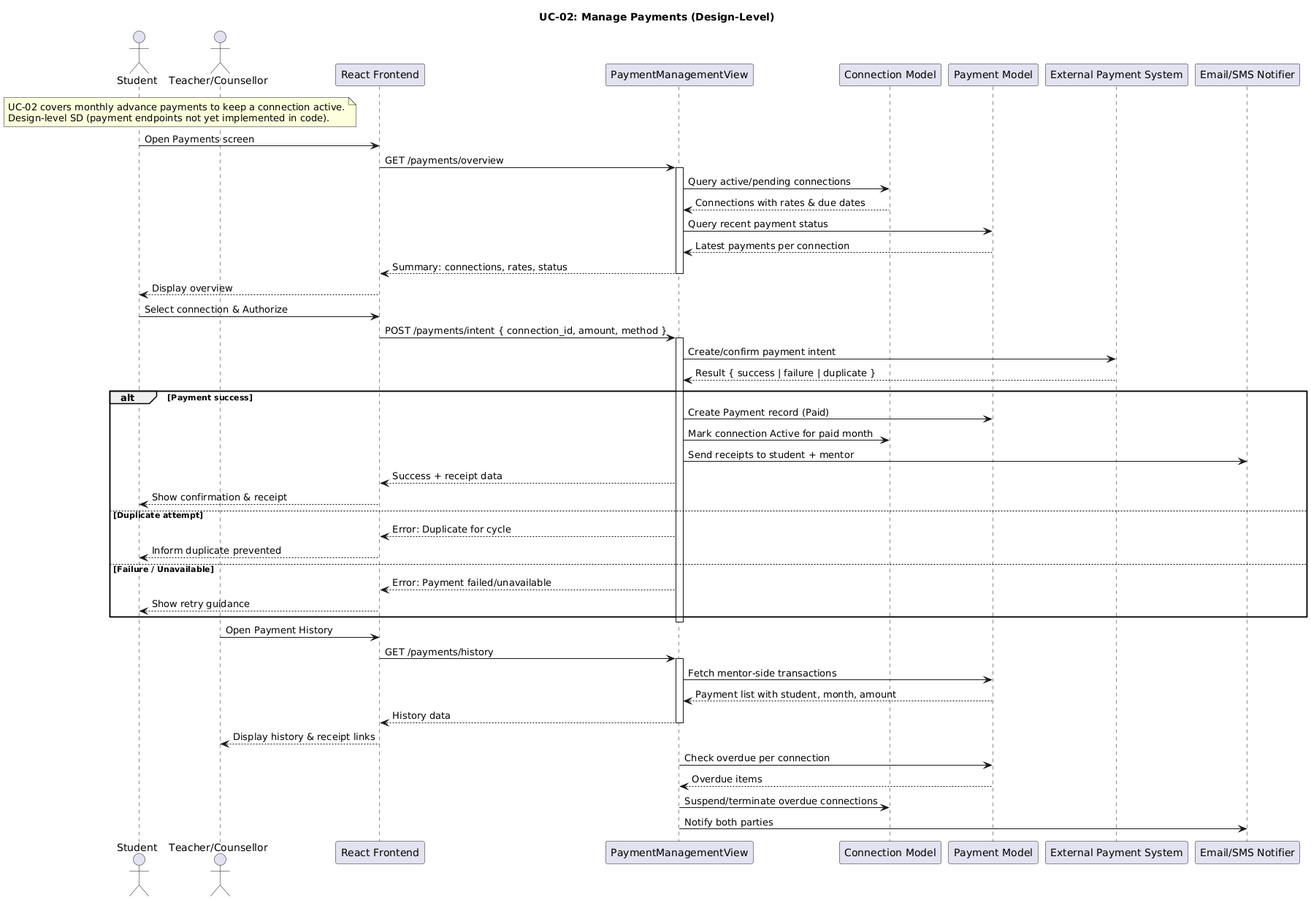
MMMustafakamran/SDs keeps this PlantUML diagram as planttext/us2-v1.png. Above is the earlier version.
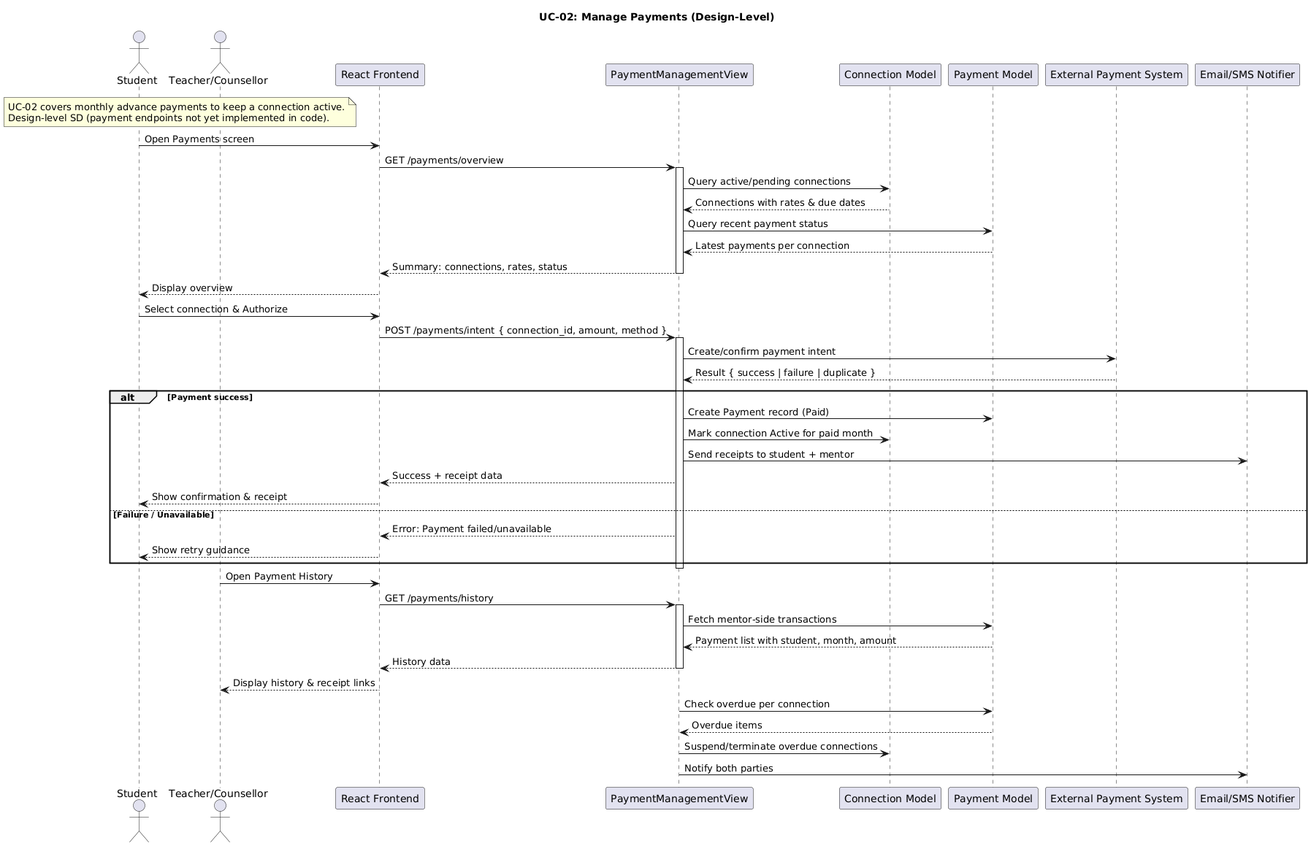
After the commit.

What changed in the source:
```diff
@@ -38,9 +38,6 @@
     PaymentView -> Notification : Send receipts to student + mentor
     PaymentView --> Frontend : Success + receipt data
     Frontend --> Student : Show confirmation & receipt
-else Duplicate attempt
-    PaymentView --> Frontend : Error: Duplicate for cycle
-    Frontend --> Student : Inform duplicate prevented
 else Failure / Unavailable
     PaymentView --> Frontend : Error: Payment failed/unavailable
     Frontend --> Student : Show retry guidance
```
